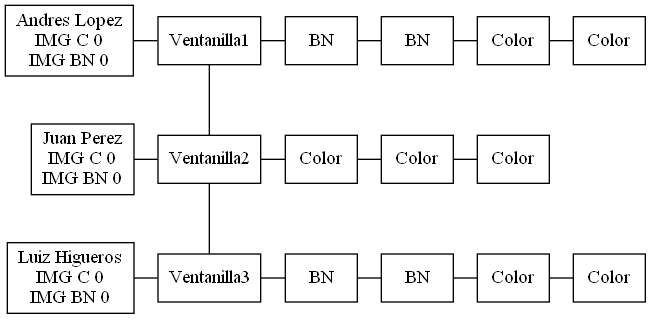
Earlier version of the Graphviz export Fase1/listaVentanillas.png (d-acetun/simulacion-sistema-impresion-de-imagenes). Its source is kept beside it as Fase1/listaVentanillas.dot.
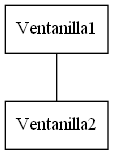
Later version of the same file.

Commit message:
Se sigue trabajando en el metodo de ejecutar paso en lissta de ventanillas

Diff of the diagram source:
```diff
@@ -3,50 +3,6 @@
 edge[arrowhead=none]
 0 [label=Ventanilla1]
 1 [label=Ventanilla2]
-2 [label=Ventanilla3]
-3 [label="Andres Lopez\nIMG C 0\nIMG BN 0"]
-4 [label=BN]
-5 [label=BN]
-6 [label=Color]
-7 [label=Color]
-8 [label="Juan Perez\nIMG C 0\nIMG BN 0"]
-9 [label=Color]
-10 [label=Color]
-11 [label=Color]
-12 [label="Luiz Higueros\nIMG C 0\nIMG BN 0"]
-13 [label=BN]
-14 [label=BN]
-15 [label=Color]
-16 [label=Color]
 0->1
-1->2
-3->0
-0->4
-4->5
-5->6
-6->7
-8->1
-1->9
-9->10
-10->11
-12->2
-2->13
-13->14
-14->15
-15->16
-{rank=same; 3; 0}
-{rank=same; 4; 0}
-{rank=same; 4; 5}
-{rank=same; 5; 6}
-{rank=same; 6; 7}
-{rank=same; 8; 1}
-{rank=same; 9; 1}
-{rank=same; 9; 10}
-{rank=same; 10; 11}
-{rank=same; 12; 2}
-{rank=same; 13; 2}
-{rank=same; 13; 14}
-{rank=same; 14; 15}
-{rank=same; 15; 16}
 rankdir=TB
 }
```
